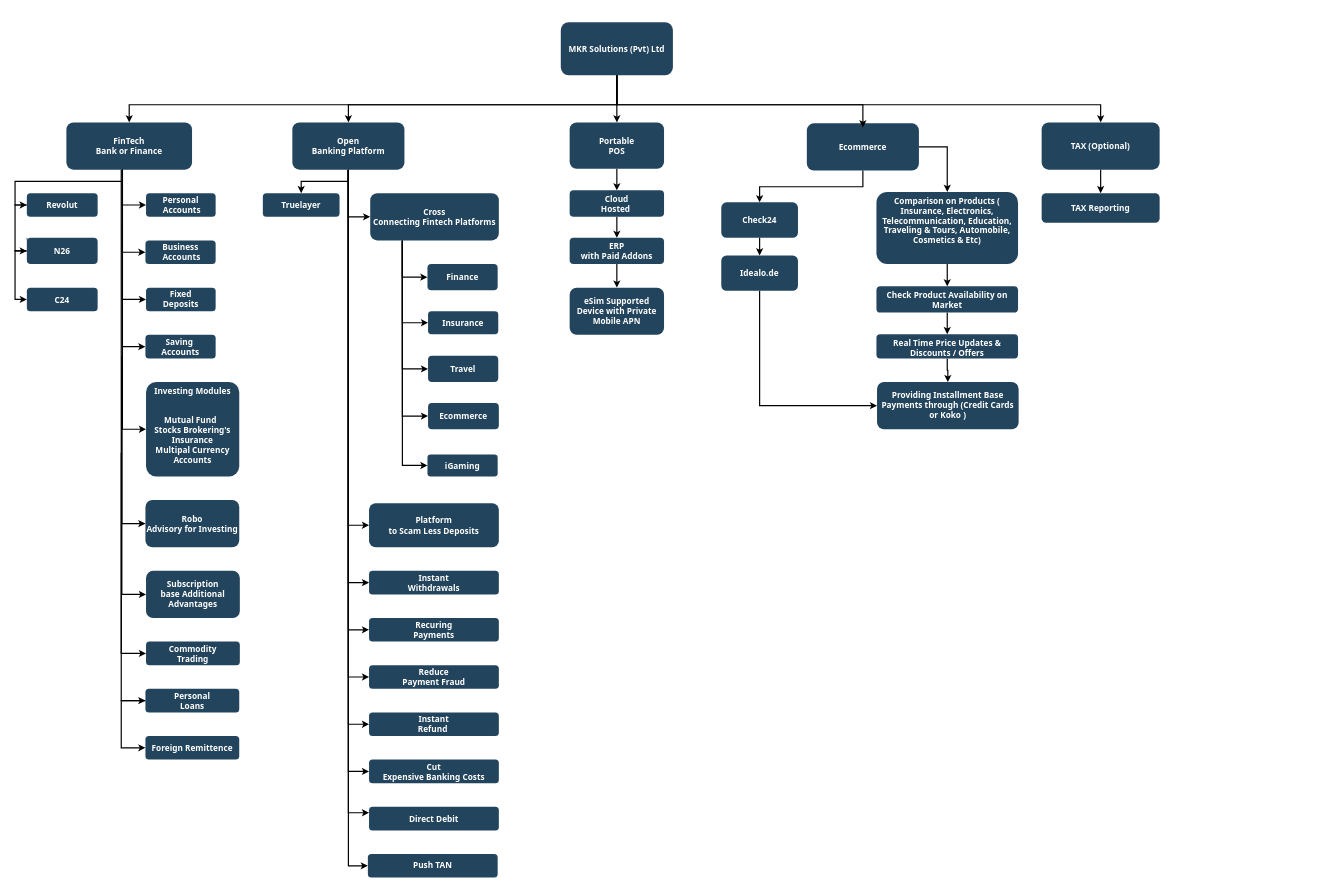
The draw.io diagram MKR.drawio in sachini9427/MKR, before the edit. Source tidied: cells renumbered, new cells numbered last; positions are measured from the earlier drawing's top-left corner, leaving out a move shared by most shapes. Both pictures are drawn from the tidied source at 59%, with x=0, y=0 at pixel (15, 22).
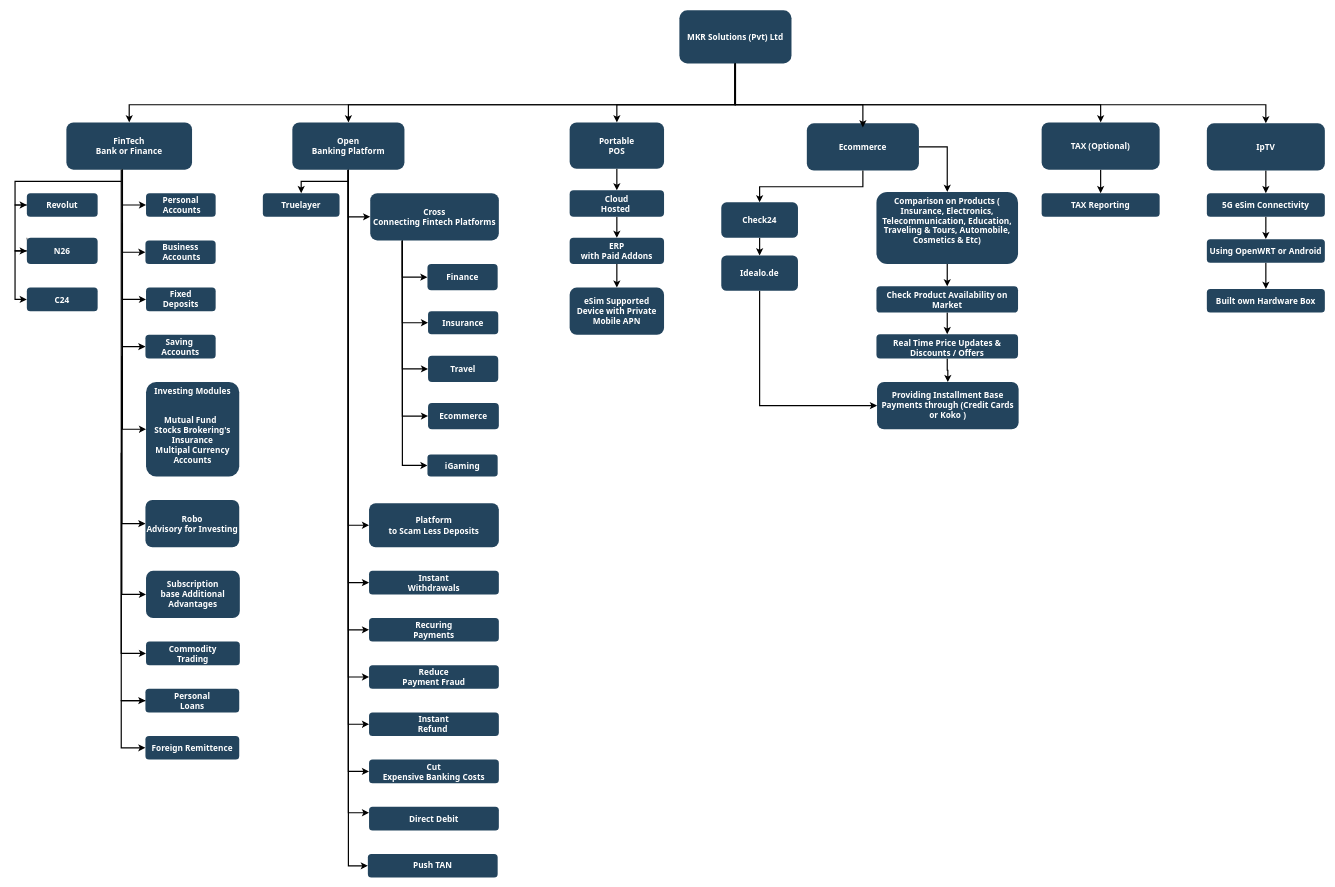
The same page after the edit.

Unchanged cells that the change refers to:
```xml
<mxCell id="10" value="Portable&#10;POS" style="rounded=1;fillColor=#23445D;gradientColor=none;strokeColor=none;fontColor=#FFFFFF;fontStyle=1;fontFamily=Tahoma;fontSize=14;" parent="1" vertex="1">
  <mxGeometry x="940" y="170" width="160" height="78.5" as="geometry" />
</mxCell>
<mxCell id="23" value="FinTech&#10;Bank or Finance" style="rounded=1;fillColor=#23445D;gradientColor=none;strokeColor=none;fontColor=#FFFFFF;fontStyle=1;fontFamily=Tahoma;fontSize=14;" parent="1" vertex="1">
  <mxGeometry x="87" y="170" width="213" height="80" as="geometry" />
</mxCell>
<mxCell id="89" value="TAX (Optional)" style="rounded=1;fillColor=#23445D;gradientColor=none;strokeColor=none;fontColor=#FFFFFF;fontStyle=1;fontFamily=Tahoma;fontSize=14;" parent="1" vertex="1">
  <mxGeometry x="1740" y="170" width="200" height="80" as="geometry" />
</mxCell>
```

The edit, as a diff of the source:
```diff
@@
     <mxCell id="2" style="edgeStyle=orthogonalEdgeStyle;rounded=0;jettySize=auto;html=1;exitX=0.5;exitY=1;exitDx=0;exitDy=0;strokeWidth=2;" parent="1" edge="1" source="5" target="89">
       <mxGeometry relative="1" as="geometry">
         <Array as="points">
-          <mxPoint x="1020" y="140" />
+          <mxPoint x="1220" y="70" />
+          <mxPoint x="1220" y="140" />
           <mxPoint x="1840" y="140" />
         </Array>
       </mxGeometry>
     </mxCell>
     <mxCell id="3" style="edgeStyle=orthogonalEdgeStyle;rounded=0;jettySize=auto;html=1;exitX=0.5;exitY=1;exitDx=0;exitDy=0;entryX=0.5;entryY=0;entryDx=0;entryDy=0;strokeWidth=2;" parent="1" edge="1" source="5" target="10">
-      <mxGeometry relative="1" as="geometry" />
+      <mxGeometry relative="1" as="geometry">
+        <Array as="points">
+          <mxPoint x="1221" y="140" />
+          <mxPoint x="1020" y="140" />
+        </Array>
+      </mxGeometry>
     </mxCell>
     <mxCell id="4" style="edgeStyle=orthogonalEdgeStyle;rounded=0;jettySize=auto;html=1;exitX=0.5;exitY=1;exitDx=0;exitDy=0;entryX=0.5;entryY=0;entryDx=0;entryDy=0;strokeWidth=2;" parent="1" edge="1" source="5" target="23">
       <mxGeometry relative="1" as="geometry">
         <Array as="points">
-          <mxPoint x="1020" y="140" />
+          <mxPoint x="1220" y="70" />
+          <mxPoint x="1220" y="140" />
           <mxPoint x="194" y="140" />
         </Array>
       </mxGeometry>
     </mxCell>
+    <mxCell id="93" style="edgeStyle=orthogonalEdgeStyle;rounded=0;jettySize=auto;html=1;exitX=0.5;exitY=1;exitDx=0;exitDy=0;entryX=0.5;entryY=0;entryDx=0;entryDy=0;strokeWidth=2;" parent="1" edge="1" source="5" target="95">
+      <mxGeometry relative="1" as="geometry">
+        <Array as="points">
+          <mxPoint x="1221" y="140" />
+          <mxPoint x="2120" y="140" />
+        </Array>
+      </mxGeometry>
+    </mxCell>
     <mxCell id="5" value="MKR Solutions (Pvt) Ltd" style="rounded=1;fillColor=#23445D;gradientColor=none;strokeColor=none;fontColor=#FFFFFF;fontStyle=1;fontFamily=Tahoma;fontSize=14;" parent="1" vertex="1">
-      <mxGeometry x="925" width="190" height="90" as="geometry" />
+      <mxGeometry x="1126" y="-20" width="190" height="90" as="geometry" />
     </mxCell>
@@
     <mxCell id="90" value="TAX Reporting" style="rounded=1;fillColor=#23445D;gradientColor=none;strokeColor=none;fontColor=#FFFFFF;fontStyle=1;fontFamily=Tahoma;fontSize=14;" parent="1" vertex="1">
-      <mxGeometry x="1740" y="290" width="200" height="50" as="geometry" />
+      <mxGeometry x="1740" y="290" width="200" height="40" as="geometry" />
     </mxCell>
@@
+    <mxCell id="94" style="edgeStyle=orthogonalEdgeStyle;rounded=0;jettySize=auto;html=1;exitX=0.5;exitY=1;exitDx=0;exitDy=0;entryX=0.5;entryY=0;entryDx=0;entryDy=0;strokeWidth=2;" parent="1" edge="1" source="95" target="97">
+      <mxGeometry relative="1" as="geometry" />
+    </mxCell>
+    <mxCell id="95" value="IpTV" style="rounded=1;fillColor=#23445D;gradientColor=none;strokeColor=none;fontColor=#FFFFFF;fontStyle=1;fontFamily=Tahoma;fontSize=14;" parent="1" vertex="1">
+      <mxGeometry x="2020" y="171.5" width="200" height="80" as="geometry" />
+    </mxCell>
+    <mxCell id="96" style="edgeStyle=orthogonalEdgeStyle;rounded=0;jettySize=auto;html=1;exitX=0.5;exitY=1;exitDx=0;exitDy=0;strokeWidth=2;" parent="1" edge="1" source="97" target="99">
+      <mxGeometry relative="1" as="geometry" />
+    </mxCell>
+    <mxCell id="97" value="5G eSim Connectivity" style="rounded=1;fillColor=#23445D;gradientColor=none;strokeColor=none;fontColor=#FFFFFF;fontStyle=1;fontFamily=Tahoma;fontSize=14;" parent="1" vertex="1">
+      <mxGeometry x="2020" y="290" width="200" height="40" as="geometry" />
+    </mxCell>
+    <mxCell id="98" style="edgeStyle=orthogonalEdgeStyle;rounded=0;jettySize=auto;html=1;exitX=0.5;exitY=1;exitDx=0;exitDy=0;strokeWidth=2;" parent="1" edge="1" source="99" target="100">
+      <mxGeometry relative="1" as="geometry" />
+    </mxCell>
+    <mxCell id="99" value="Using OpenWRT or Android" style="rounded=1;fillColor=#23445D;gradientColor=none;strokeColor=none;fontColor=#FFFFFF;fontStyle=1;fontFamily=Tahoma;fontSize=14;" parent="1" vertex="1">
+      <mxGeometry x="2020" y="367.8" width="200" height="40" as="geometry" />
+    </mxCell>
+    <mxCell id="100" value="Built own Hardware Box" style="rounded=1;fillColor=#23445D;gradientColor=none;strokeColor=none;fontColor=#FFFFFF;fontStyle=1;fontFamily=Tahoma;fontSize=14;" parent="1" vertex="1">
+      <mxGeometry x="2020" y="452.2" width="200" height="40" as="geometry" />
+    </mxCell>
```
